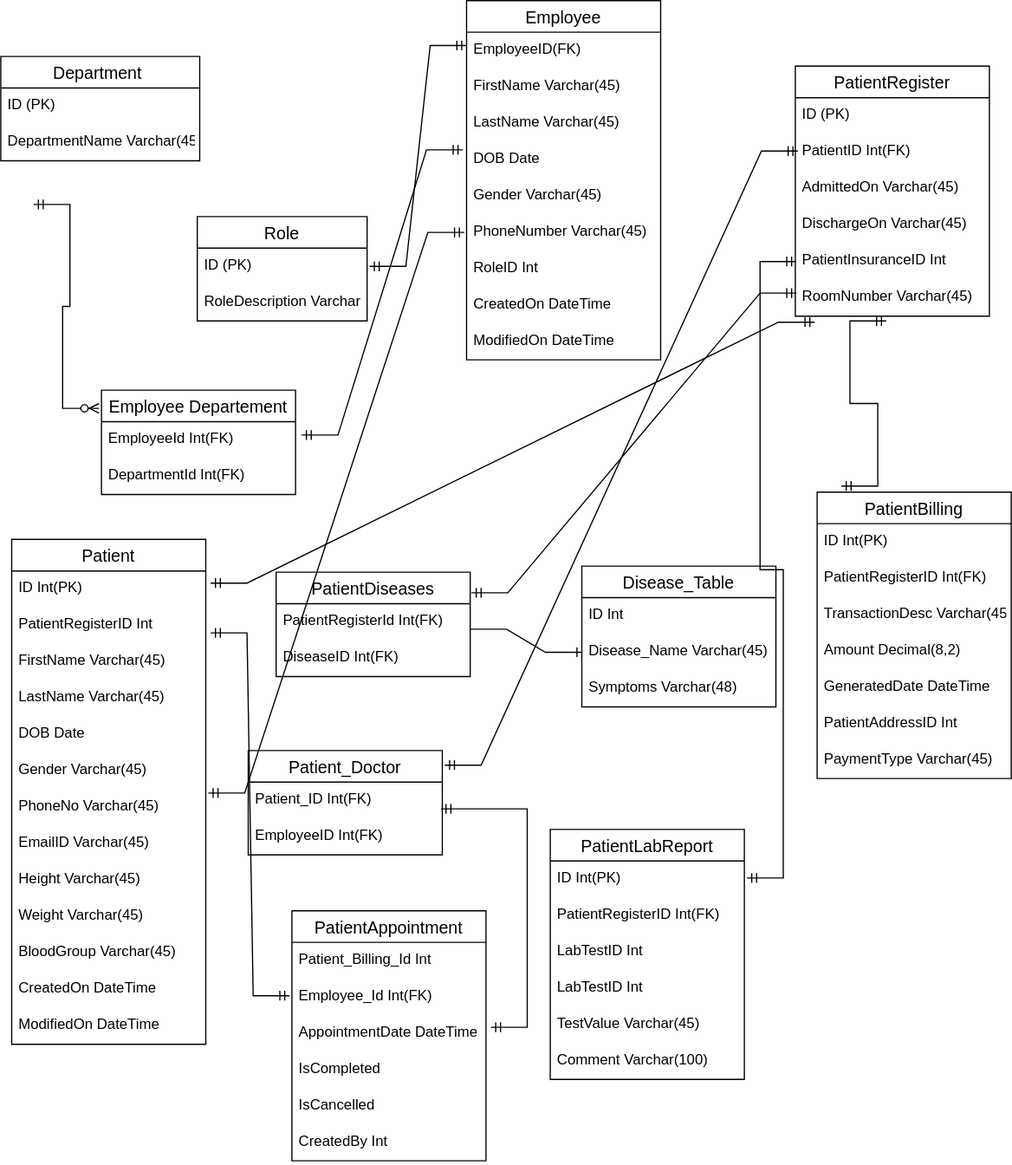
Before: Hospital Management System/Hospital Management System.drawio.svg, a diagram exported from draw.io (Mahima-01/Training-Repository). Source tidied: cells renumbered, new cells last; positions are measured from the earlier drawing's top-left corner, leaving out a move shared by most shapes.
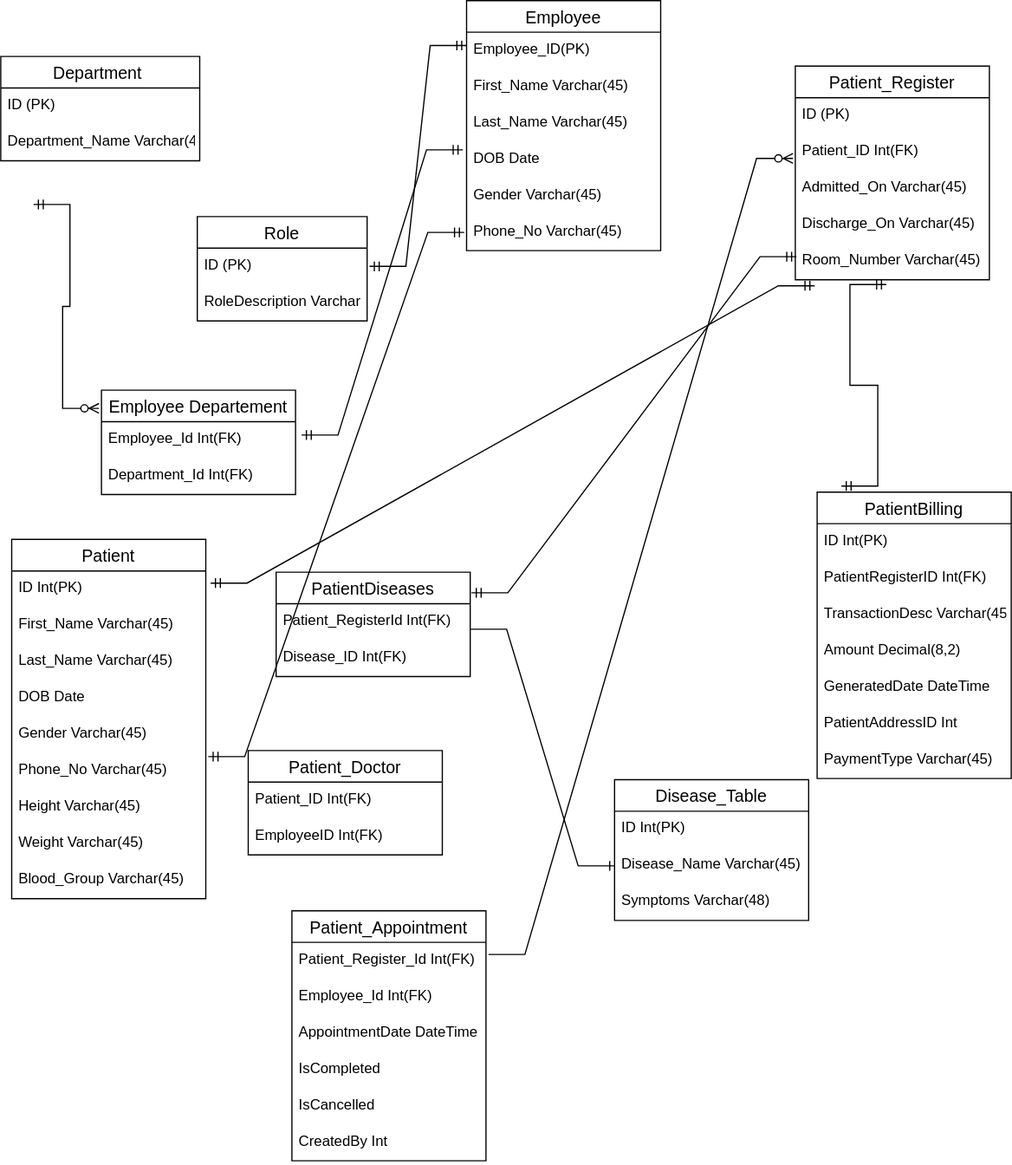
Above is the later version.

Commit message:
Establishing Relationship Between Tables

What changed in the source:
```diff
@@ -10,3 +10,3 @@
     </mxCell>
-    <mxCell id="4" value="DepartmentName Varchar(45)" style="text;strokeColor=none;fillColor=none;spacingLeft=4;spacingRight=4;overflow=hidden;fontSize=12;" parent="2" vertex="1">
+    <mxCell id="4" value="Department_Name Varchar(45)" style="text;strokeColor=none;fillColor=none;spacingLeft=4;spacingRight=4;overflow=hidden;fontSize=12;" parent="2" vertex="1">
       <mxGeometry y="56" width="164" height="30" as="geometry" />
@@ -22,6 +22,6 @@
     </mxCell>
-    <mxCell id="7" value="EmployeeId Int(FK)" style="text;strokeColor=none;fillColor=none;spacingLeft=4;spacingRight=4;overflow=hidden;points=[[0,0.5],[1,0.5]];portConstraint=eastwest;fontSize=12;" parent="6" vertex="1">
+    <mxCell id="7" value="Employee_Id Int(FK)" style="text;strokeColor=none;fillColor=none;spacingLeft=4;spacingRight=4;overflow=hidden;points=[[0,0.5],[1,0.5]];portConstraint=eastwest;fontSize=12;" parent="6" vertex="1">
       <mxGeometry y="26" width="160" height="30" as="geometry" />
     </mxCell>
-    <mxCell id="8" value="DepartmentId Int(FK)" style="text;strokeColor=none;fillColor=none;spacingLeft=4;spacingRight=4;overflow=hidden;fontSize=12;" parent="6" vertex="1">
+    <mxCell id="8" value="Department_Id Int(FK)" style="text;strokeColor=none;fillColor=none;spacingLeft=4;spacingRight=4;overflow=hidden;fontSize=12;" parent="6" vertex="1">
       <mxGeometry y="56" width="160" height="30" as="geometry" />
@@ -38,11 +38,11 @@
     <mxCell id="12" value="Employee" style="swimlane;fontStyle=0;horizontal=1;startSize=26;align=center;fontSize=14;" parent="1" vertex="1">
-      <mxGeometry x="384" width="160" height="296" as="geometry" />
+      <mxGeometry x="384" width="160" height="206" as="geometry" />
     </mxCell>
-    <mxCell id="13" value="EmployeeID(FK)" style="text;strokeColor=none;fillColor=none;spacingLeft=4;spacingRight=4;overflow=hidden;points=[[0,0.5],[1,0.5]];portConstraint=eastwest;fontSize=12;" parent="12" vertex="1">
+    <mxCell id="13" value="Employee_ID(PK)" style="text;strokeColor=none;fillColor=none;spacingLeft=4;spacingRight=4;overflow=hidden;points=[[0,0.5],[1,0.5]];portConstraint=eastwest;fontSize=12;" parent="12" vertex="1">
       <mxGeometry y="26" width="160" height="30" as="geometry" />
     </mxCell>
-    <mxCell id="14" value="FirstName Varchar(45)" style="text;strokeColor=none;fillColor=none;spacingLeft=4;spacingRight=4;overflow=hidden;fontSize=12;" parent="12" vertex="1">
+    <mxCell id="14" value="First_Name Varchar(45)" style="text;strokeColor=none;fillColor=none;spacingLeft=4;spacingRight=4;overflow=hidden;fontSize=12;" parent="12" vertex="1">
       <mxGeometry y="56" width="160" height="30" as="geometry" />
     </mxCell>
-    <mxCell id="15" value="LastName Varchar(45)" style="text;strokeColor=none;fillColor=none;spacingLeft=4;spacingRight=4;overflow=hidden;fontSize=12;" parent="12" vertex="1">
+    <mxCell id="15" value="Last_Name Varchar(45)" style="text;strokeColor=none;fillColor=none;spacingLeft=4;spacingRight=4;overflow=hidden;fontSize=12;" parent="12" vertex="1">
       <mxGeometry y="86" width="160" height="30" as="geometry" />
@@ -55,14 +55,5 @@
     </mxCell>
-    <mxCell id="18" value="PhoneNumber Varchar(45)" style="text;strokeColor=none;fillColor=none;spacingLeft=4;spacingRight=4;overflow=hidden;points=[[0,0.5],[1,0.5]];portConstraint=eastwest;fontSize=12;" parent="12" vertex="1">
+    <mxCell id="18" value="Phone_No Varchar(45)" style="text;strokeColor=none;fillColor=none;spacingLeft=4;spacingRight=4;overflow=hidden;points=[[0,0.5],[1,0.5]];portConstraint=eastwest;fontSize=12;" parent="12" vertex="1">
       <mxGeometry y="176" width="160" height="30" as="geometry" />
     </mxCell>
-    <mxCell id="19" value="RoleID Int" style="text;strokeColor=none;fillColor=none;spacingLeft=4;spacingRight=4;overflow=hidden;fontSize=12;" parent="12" vertex="1">
-      <mxGeometry y="206" width="160" height="30" as="geometry" />
-    </mxCell>
-    <mxCell id="20" value="CreatedOn DateTime" style="text;strokeColor=none;fillColor=none;spacingLeft=4;spacingRight=4;overflow=hidden;fontSize=12;" parent="12" vertex="1">
-      <mxGeometry y="236" width="160" height="30" as="geometry" />
-    </mxCell>
-    <mxCell id="21" value="ModifiedOn DateTime" style="text;strokeColor=none;fillColor=none;spacingLeft=4;spacingRight=4;overflow=hidden;fontSize=12;" parent="12" vertex="1">
-      <mxGeometry y="266" width="160" height="30" as="geometry" />
-    </mxCell>
     <mxCell id="22" value="PatientDiseases" style="swimlane;fontStyle=0;horizontal=1;startSize=26;align=center;fontSize=14;" parent="1" vertex="1">
@@ -70,6 +61,6 @@
     </mxCell>
-    <mxCell id="23" value="PatientRegisterId Int(FK)" style="text;strokeColor=none;fillColor=none;spacingLeft=4;spacingRight=4;overflow=hidden;points=[[0,0.5],[1,0.5]];portConstraint=eastwest;fontSize=12;" parent="22" vertex="1">
+    <mxCell id="23" value="Patient_RegisterId Int(FK)" style="text;strokeColor=none;fillColor=none;spacingLeft=4;spacingRight=4;overflow=hidden;points=[[0,0.5],[1,0.5]];portConstraint=eastwest;fontSize=12;" parent="22" vertex="1">
       <mxGeometry y="26" width="160" height="30" as="geometry" />
     </mxCell>
-    <mxCell id="24" value="DiseaseID Int(FK)" style="text;strokeColor=none;fillColor=none;spacingLeft=4;spacingRight=4;overflow=hidden;fontSize=12;" parent="22" vertex="1">
+    <mxCell id="24" value="Disease_ID Int(FK)" style="text;strokeColor=none;fillColor=none;spacingLeft=4;spacingRight=4;overflow=hidden;fontSize=12;" parent="22" vertex="1">
       <mxGeometry y="56" width="160" height="30" as="geometry" />
@@ -100,4 +91,4 @@
     </mxCell>
-    <mxCell id="33" value="PatientRegister" style="swimlane;fontStyle=0;horizontal=1;startSize=26;align=center;fontSize=14;" parent="1" vertex="1">
-      <mxGeometry x="655" y="54" width="160" height="206" as="geometry" />
+    <mxCell id="33" value="Patient_Register" style="swimlane;fontStyle=0;horizontal=1;startSize=26;align=center;fontSize=14;" parent="1" vertex="1">
+      <mxGeometry x="655" y="54" width="160" height="176" as="geometry" />
     </mxCell>
@@ -106,40 +97,16 @@
     </mxCell>
-    <mxCell id="35" value="PatientID Int(FK)" style="text;strokeColor=none;fillColor=none;spacingLeft=4;spacingRight=4;overflow=hidden;points=[[0,0.5],[1,0.5]];portConstraint=eastwest;fontSize=12;" parent="33" vertex="1">
+    <mxCell id="35" value="Patient_ID Int(FK)" style="text;strokeColor=none;fillColor=none;spacingLeft=4;spacingRight=4;overflow=hidden;points=[[0,0.5],[1,0.5]];portConstraint=eastwest;fontSize=12;" parent="33" vertex="1">
       <mxGeometry y="56" width="160" height="30" as="geometry" />
     </mxCell>
-    <mxCell id="36" value="AdmittedOn Varchar(45)" style="text;strokeColor=none;fillColor=none;spacingLeft=4;spacingRight=4;overflow=hidden;fontSize=12;" parent="33" vertex="1">
+    <mxCell id="36" value="Admitted_On Varchar(45)" style="text;strokeColor=none;fillColor=none;spacingLeft=4;spacingRight=4;overflow=hidden;fontSize=12;" parent="33" vertex="1">
       <mxGeometry y="86" width="160" height="30" as="geometry" />
     </mxCell>
-    <mxCell id="37" value="DischargeOn Varchar(45)" style="text;strokeColor=none;fillColor=none;spacingLeft=4;spacingRight=4;overflow=hidden;fontSize=12;" parent="33" vertex="1">
+    <mxCell id="37" value="Discharge_On Varchar(45)" style="text;strokeColor=none;fillColor=none;spacingLeft=4;spacingRight=4;overflow=hidden;fontSize=12;" parent="33" vertex="1">
       <mxGeometry y="116" width="160" height="30" as="geometry" />
     </mxCell>
-    <mxCell id="38" value="PatientInsuranceID Int" style="text;strokeColor=none;fillColor=none;spacingLeft=4;spacingRight=4;overflow=hidden;points=[[0,0.5],[1,0.5]];portConstraint=eastwest;fontSize=12;" parent="33" vertex="1">
-      <mxGeometry y="146" width="160" height="30" as="geometry" />
-    </mxCell>
-    <mxCell id="39" value="RoomNumber Varchar(45)" style="text;strokeColor=none;fillColor=none;spacingLeft=4;spacingRight=4;overflow=hidden;points=[[0,0.5],[1,0.5]];portConstraint=eastwest;fontSize=12;" parent="33" vertex="1">
-      <mxGeometry y="176" width="160" height="30" as="geometry" />
+    <mxCell id="39" value="Room_Number Varchar(45)" style="text;strokeColor=none;fillColor=none;spacingLeft=4;spacingRight=4;overflow=hidden;points=[[0,0.5],[1,0.5]];portConstraint=eastwest;fontSize=12;" parent="33" vertex="1">
+      <mxGeometry y="146" width="160" height="30" as="geometry" />
     </mxCell>
-    <mxCell id="40" value="PatientLabReport" style="swimlane;fontStyle=0;horizontal=1;startSize=26;align=center;fontSize=14;" parent="1" vertex="1">
-      <mxGeometry x="453" y="683" width="160" height="206" as="geometry" />
-    </mxCell>
-    <mxCell id="41" value="ID Int(PK)" style="text;strokeColor=none;fillColor=none;spacingLeft=4;spacingRight=4;overflow=hidden;points=[[0,0.5],[1,0.5]];portConstraint=eastwest;fontSize=12;" parent="40" vertex="1">
-      <mxGeometry y="26" width="160" height="30" as="geometry" />
-    </mxCell>
-    <mxCell id="42" value="PatientRegisterID Int(FK)" style="text;strokeColor=none;fillColor=none;spacingLeft=4;spacingRight=4;overflow=hidden;fontSize=12;" parent="40" vertex="1">
-      <mxGeometry y="56" width="160" height="30" as="geometry" />
-    </mxCell>
-    <mxCell id="43" value="LabTestID Int" style="text;strokeColor=none;fillColor=none;spacingLeft=4;spacingRight=4;overflow=hidden;fontSize=12;" parent="40" vertex="1">
-      <mxGeometry y="86" width="160" height="30" as="geometry" />
-    </mxCell>
-    <mxCell id="44" value="LabTestID Int" style="text;strokeColor=none;fillColor=none;spacingLeft=4;spacingRight=4;overflow=hidden;fontSize=12;" parent="40" vertex="1">
-      <mxGeometry y="116" width="160" height="30" as="geometry" />
-    </mxCell>
-    <mxCell id="45" value="TestValue Varchar(45)" style="text;strokeColor=none;fillColor=none;spacingLeft=4;spacingRight=4;overflow=hidden;fontSize=12;" parent="40" vertex="1">
-      <mxGeometry y="146" width="160" height="30" as="geometry" />
-    </mxCell>
-    <mxCell id="46" value="Comment Varchar(100)" style="text;strokeColor=none;fillColor=none;spacingLeft=4;spacingRight=4;overflow=hidden;fontSize=12;" parent="40" vertex="1">
-      <mxGeometry y="176" width="160" height="30" as="geometry" />
-    </mxCell>
     <mxCell id="47" value="Patient" style="swimlane;fontStyle=0;horizontal=1;startSize=26;align=center;fontSize=14;" parent="1" vertex="1">
-      <mxGeometry x="9" y="444" width="160" height="416" as="geometry" />
+      <mxGeometry x="9" y="444" width="160" height="296" as="geometry" />
     </mxCell>
@@ -148,38 +115,26 @@
     </mxCell>
-    <mxCell id="49" value="PatientRegisterID Int" style="text;strokeColor=none;fillColor=none;spacingLeft=4;spacingRight=4;overflow=hidden;points=[[0,0.5],[1,0.5]];portConstraint=eastwest;fontSize=12;" parent="47" vertex="1">
-      <mxGeometry y="56" width="160" height="30" as="geometry" />
-    </mxCell>
-    <mxCell id="50" value="FirstName Varchar(45)" style="text;strokeColor=none;fillColor=none;spacingLeft=4;spacingRight=4;overflow=hidden;fontSize=12;" parent="47" vertex="1">
-      <mxGeometry y="86" width="160" height="30" as="geometry" />
+    <mxCell id="50" value="First_Name Varchar(45)" style="text;strokeColor=none;fillColor=none;spacingLeft=4;spacingRight=4;overflow=hidden;fontSize=12;" parent="47" vertex="1">
+      <mxGeometry y="56" width="160" height="30" as="geometry" />
     </mxCell>
-    <mxCell id="51" value="LastName Varchar(45)" style="text;strokeColor=none;fillColor=none;spacingLeft=4;spacingRight=4;overflow=hidden;fontSize=12;" parent="47" vertex="1">
-      <mxGeometry y="116" width="160" height="30" as="geometry" />
+    <mxCell id="51" value="Last_Name Varchar(45)" style="text;strokeColor=none;fillColor=none;spacingLeft=4;spacingRight=4;overflow=hidden;fontSize=12;" parent="47" vertex="1">
+      <mxGeometry y="86" width="160" height="30" as="geometry" />
     </mxCell>
     <mxCell id="52" value="DOB Date" style="text;strokeColor=none;fillColor=none;spacingLeft=4;spacingRight=4;overflow=hidden;fontSize=12;" parent="47" vertex="1">
-      <mxGeometry y="146" width="160" height="30" as="geometry" />
+      <mxGeometry y="116" width="160" height="30" as="geometry" />
     </mxCell>
     <mxCell id="53" value="Gender Varchar(45)" style="text;strokeColor=none;fillColor=none;spacingLeft=4;spacingRight=4;overflow=hidden;fontSize=12;" parent="47" vertex="1">
-      <mxGeometry y="176" width="160" height="30" as="geometry" />
+      <mxGeometry y="146" width="160" height="30" as="geometry" />
     </mxCell>
-    <mxCell id="54" value="PhoneNo Varchar(45)" style="text;strokeColor=none;fillColor=none;spacingLeft=4;spacingRight=4;overflow=hidden;points=[[0,0.5],[1,0.5]];portConstraint=eastwest;fontSize=12;" parent="47" vertex="1">
-      <mxGeometry y="206" width="160" height="30" as="geometry" />
+    <mxCell id="54" value="Phone_No Varchar(45)" style="text;strokeColor=none;fillColor=none;spacingLeft=4;spacingRight=4;overflow=hidden;points=[[0,0.5],[1,0.5]];portConstraint=eastwest;fontSize=12;" parent="47" vertex="1">
+      <mxGeometry y="176" width="160" height="30" as="geometry" />
     </mxCell>
-    <mxCell id="55" value="EmailID Varchar(45)" style="text;strokeColor=none;fillColor=none;spacingLeft=4;spacingRight=4;overflow=hidden;fontSize=12;" parent="47" vertex="1">
-      <mxGeometry y="236" width="160" height="30" as="geometry" />
-    </mxCell>
     <mxCell id="56" value="Height Varchar(45)" style="text;strokeColor=none;fillColor=none;spacingLeft=4;spacingRight=4;overflow=hidden;fontSize=12;" parent="47" vertex="1">
-      <mxGeometry y="266" width="160" height="30" as="geometry" />
+      <mxGeometry y="206" width="160" height="30" as="geometry" />
     </mxCell>
     <mxCell id="57" value="Weight Varchar(45)" style="text;strokeColor=none;fillColor=none;spacingLeft=4;spacingRight=4;overflow=hidden;fontSize=12;" parent="47" vertex="1">
-      <mxGeometry y="296" width="160" height="30" as="geometry" />
+      <mxGeometry y="236" width="160" height="30" as="geometry" />
     </mxCell>
-    <mxCell id="58" value="BloodGroup Varchar(45)" style="text;strokeColor=none;fillColor=none;spacingLeft=4;spacingRight=4;overflow=hidden;fontSize=12;" parent="47" vertex="1">
-      <mxGeometry y="326" width="160" height="30" as="geometry" />
+    <mxCell id="58" value="Blood_Group Varchar(45)" style="text;strokeColor=none;fillColor=none;spacingLeft=4;spacingRight=4;overflow=hidden;fontSize=12;" parent="47" vertex="1">
+      <mxGeometry y="266" width="160" height="30" as="geometry" />
     </mxCell>
-    <mxCell id="59" value="CreatedOn DateTime" style="text;strokeColor=none;fillColor=none;spacingLeft=4;spacingRight=4;overflow=hidden;fontSize=12;" parent="47" vertex="1">
-      <mxGeometry y="356" width="160" height="30" as="geometry" />
-    </mxCell>
-    <mxCell id="60" value="ModifiedOn DateTime" style="text;strokeColor=none;fillColor=none;spacingLeft=4;spacingRight=4;overflow=hidden;fontSize=12;" parent="47" vertex="1">
-      <mxGeometry y="386" width="160" height="30" as="geometry" />
-    </mxCell>
     <mxCell id="61" value="Patient_Doctor" style="swimlane;fontStyle=0;horizontal=1;startSize=26;align=center;fontSize=14;" parent="1" vertex="1">
@@ -194,5 +149,5 @@
     <mxCell id="64" value="Disease_Table" style="swimlane;fontStyle=0;horizontal=1;startSize=26;align=center;fontSize=14;" parent="1" vertex="1">
-      <mxGeometry x="479" y="466" width="160" height="116" as="geometry" />
+      <mxGeometry x="506" y="642" width="160" height="116" as="geometry" />
     </mxCell>
-    <mxCell id="65" value="ID Int" style="text;strokeColor=none;fillColor=none;spacingLeft=4;spacingRight=4;overflow=hidden;fontSize=12;" parent="64" vertex="1">
+    <mxCell id="65" value="ID Int(PK)" style="text;strokeColor=none;fillColor=none;spacingLeft=4;spacingRight=4;overflow=hidden;fontSize=12;" parent="64" vertex="1">
       <mxGeometry y="26" width="160" height="30" as="geometry" />
@@ -219,7 +174,2 @@
     </mxCell>
-    <mxCell id="72" style="edgeStyle=entityRelationEdgeStyle;fontSize=12;html=1;endArrow=ERmandOne;startArrow=ERmandOne;rounded=0;entryX=0.013;entryY=0.467;entryDx=0;entryDy=0;entryPerimeter=0;" parent="1" edge="1" target="35">
-      <mxGeometry relative="1" as="geometry">
-        <mxPoint x="366" y="630" as="sourcePoint" />
-      </mxGeometry>
-    </mxCell>
     <mxCell id="73" style="edgeStyle=entityRelationEdgeStyle;fontSize=12;html=1;endArrow=ERmandOne;startArrow=ERmandOne;rounded=0;entryX=0.006;entryY=0.367;entryDx=0;entryDy=0;entryPerimeter=0;" parent="1" edge="1" target="39">
@@ -232,5 +182,2 @@
     </mxCell>
-    <mxCell id="75" style="edgeStyle=entityRelationEdgeStyle;fontSize=12;html=1;endArrow=ERmandOne;startArrow=ERmandOne;rounded=0;entryX=0.006;entryY=0.5;entryDx=0;entryDy=0;entryPerimeter=0;exitX=1.013;exitY=0.467;exitDx=0;exitDy=0;exitPerimeter=0;" parent="1" edge="1" source="41" target="38">
-      <mxGeometry relative="1" as="geometry" />
-    </mxCell>
     <mxCell id="76" style="edgeStyle=entityRelationEdgeStyle;fontSize=12;html=1;endArrow=ERmandOne;startArrow=ERmandOne;rounded=0;exitX=1.013;exitY=0.1;exitDx=0;exitDy=0;exitPerimeter=0;entryX=-0.012;entryY=0.5;entryDx=0;entryDy=0;entryPerimeter=0;" parent="1" edge="1" source="54" target="18">
@@ -238,6 +185,6 @@
     </mxCell>
-    <mxCell id="77" value="PatientAppointment" style="swimlane;fontStyle=0;horizontal=1;startSize=26;align=center;fontSize=14;" parent="1" vertex="1">
+    <mxCell id="77" value="Patient_Appointment" style="swimlane;fontStyle=0;horizontal=1;startSize=26;align=center;fontSize=14;" parent="1" vertex="1">
       <mxGeometry x="240" y="750" width="160" height="206" as="geometry" />
     </mxCell>
-    <mxCell id="78" value="Patient_Billing_Id Int" style="text;strokeColor=none;fillColor=none;spacingLeft=4;spacingRight=4;overflow=hidden;points=[[0,0.5],[1,0.5]];portConstraint=eastwest;fontSize=12;" parent="77" vertex="1">
+    <mxCell id="78" value="Patient_Register_Id Int(FK)" style="text;strokeColor=none;fillColor=none;spacingLeft=4;spacingRight=4;overflow=hidden;points=[[0,0.5],[1,0.5]];portConstraint=eastwest;fontSize=12;" parent="77" vertex="1">
       <mxGeometry y="26" width="160" height="30" as="geometry" />
@@ -259,10 +206,5 @@
     </mxCell>
-    <mxCell id="84" style="edgeStyle=entityRelationEdgeStyle;fontSize=12;html=1;endArrow=ERmandOne;startArrow=ERmandOne;rounded=0;entryX=-0.012;entryY=0.467;entryDx=0;entryDy=0;entryPerimeter=0;exitX=1.025;exitY=0.7;exitDx=0;exitDy=0;exitPerimeter=0;" parent="1" edge="1" source="49" target="79">
-      <mxGeometry relative="1" as="geometry" />
-    </mxCell>
-    <mxCell id="85" style="edgeStyle=entityRelationEdgeStyle;fontSize=12;html=1;endArrow=ERmandOne;startArrow=ERmandOne;rounded=0;entryX=0.994;entryY=0.733;entryDx=0;entryDy=0;entryPerimeter=0;" parent="1" edge="1" target="62">
-      <mxGeometry relative="1" as="geometry">
-        <mxPoint x="404" y="846" as="sourcePoint" />
-      </mxGeometry>
-    </mxCell>
+    <mxCell id="86" style="edgeStyle=entityRelationEdgeStyle;fontSize=12;html=1;endArrow=ERzeroToMany;endFill=1;rounded=0;exitX=1.013;exitY=0.333;exitDx=0;exitDy=0;exitPerimeter=0;entryX=-0.012;entryY=0.667;entryDx=0;entryDy=0;entryPerimeter=0;" parent="1" edge="1" source="78" target="35">
+      <mxGeometry relative="1" as="geometry" />
+    </mxCell>
   </root>
```
